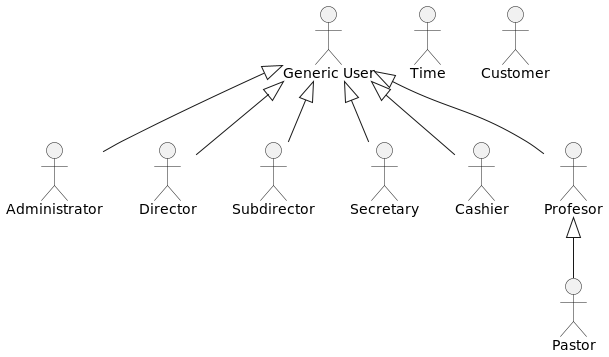
Before: out/UseCaseView/Actors.png, a diagram exported from PlantUML (wsmcbl/wsmcbl.doc).
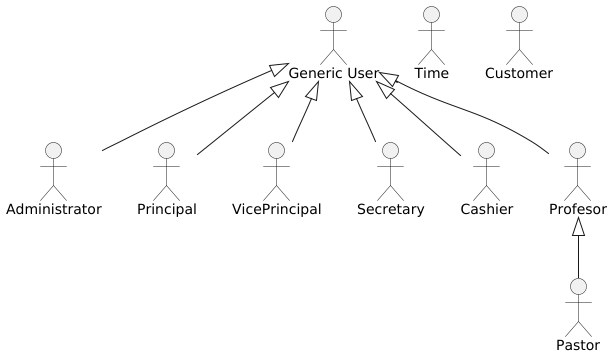
The same file after the commit.

Diff of the diagram source:
```diff
@@ -3,8 +3,8 @@
 :User: as "Generic User"
 
 User <|-- Administrator
-User <|-- Director
-User <|-- Subdirector
+User <|-- Principal
+User <|-- VicePrincipal
 User <|-- Secretary
 User <|-- Cashier
 User <|-- Profesor
```
